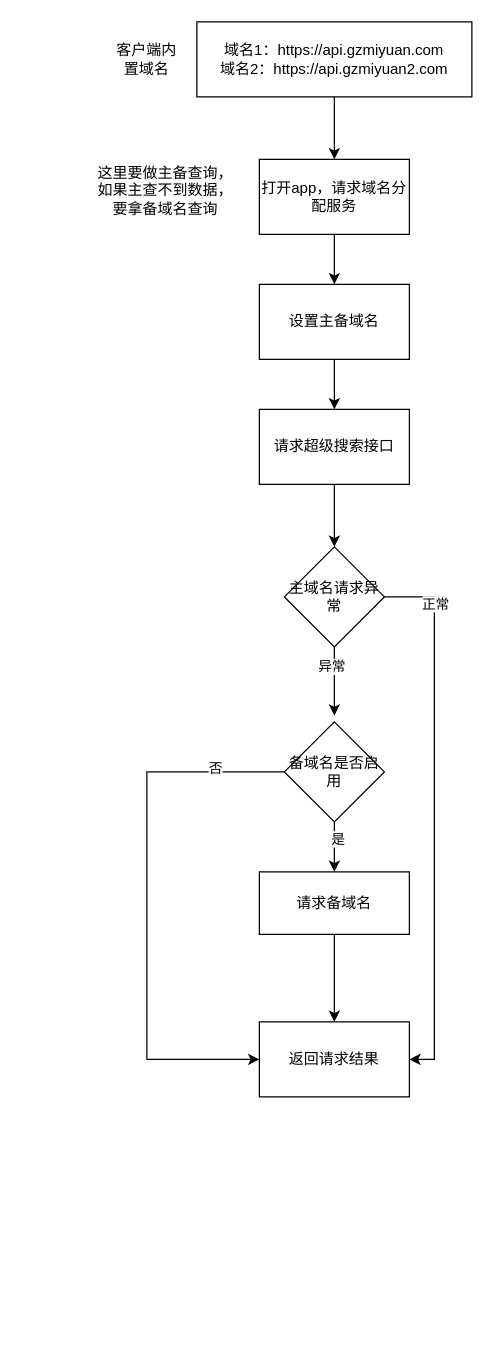
Before: page "第 1 页" (1 of 2) of 用户维度获取主备域名.drawio in smallleaf/draw.io, a draw.io diagram. Source tidied: cells renumbered, new cells numbered last; positions are measured from the earlier drawing's top-left corner, leaving out a move shared by most shapes. Both pictures are drawn from the tidied source at 125%, with x=0, y=0 at pixel (96, 21).
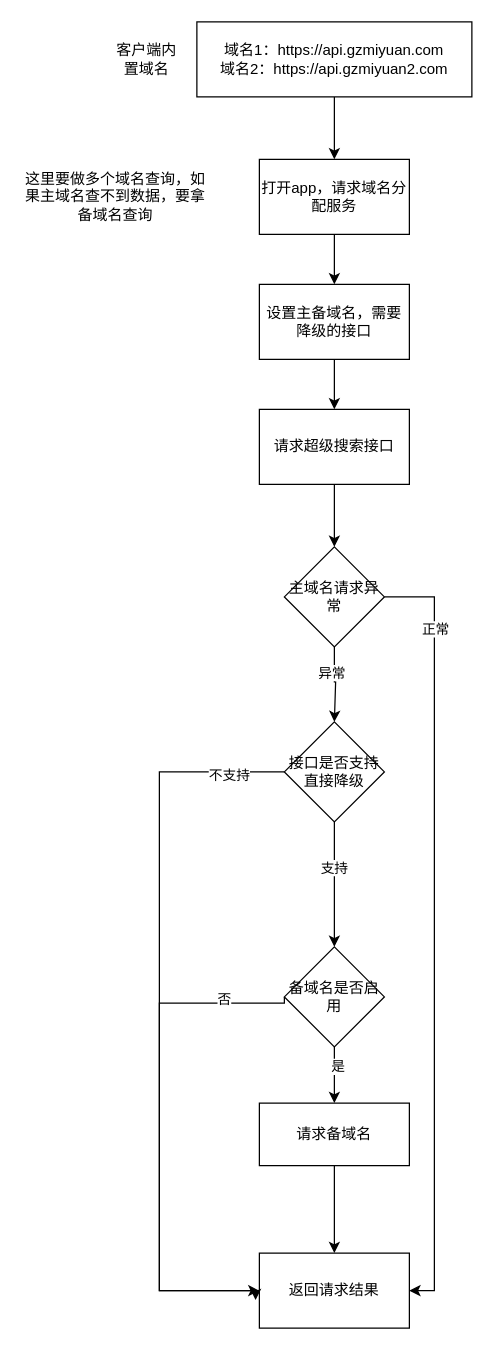
After the change.

Commit message:
更新用户维度获取主备域名.drawio

Unchanged cells that the change refers to:
```xml
<mxCell id="11" value="主域名请求异常" style="rhombus;whiteSpace=wrap;html=1;" parent="1" vertex="1">
  <mxGeometry x="150" y="420" width="80" height="80" as="geometry" />
</mxCell>
```

Diff of the diagram source:
```diff
@@
-    <mxCell id="9" style="edgeStyle=orthogonalEdgeStyle;rounded=0;jettySize=auto;html=1;exitX=0.5;exitY=1;exitDx=0;exitDy=0;entryX=0.5;entryY=0;entryDx=0;entryDy=0;" parent="1" edge="1" source="11">
+    <mxCell id="9" style="edgeStyle=orthogonalEdgeStyle;rounded=0;jettySize=auto;html=1;exitX=0.5;exitY=1;exitDx=0;exitDy=0;entryX=0.5;entryY=0;entryDx=0;entryDy=0;" parent="1" edge="1" source="11" target="27">
       <mxGeometry relative="1" as="geometry">
-        <mxPoint x="190" y="555" as="targetPoint" />
+        <Array as="points">
+          <mxPoint x="190" y="528" />
+          <mxPoint x="191" y="528" />
+          <mxPoint x="191" y="560" />
+        </Array>
       </mxGeometry>
     </mxCell>
     <mxCell id="10" value="异常" style="edgeLabel;html=1;align=center;verticalAlign=middle;" parent="9" vertex="1">
-      <mxGeometry x="-0.45" y="-3" relative="1" as="geometry" />
+      <mxGeometry x="-0.33" y="-3" relative="1" as="geometry" />
     </mxCell>
@@
     <mxCell id="12" value="返回请求结果" style="rounded=0;whiteSpace=wrap;html=1;" parent="1" vertex="1">
-      <mxGeometry x="130" y="800" width="120" height="60" as="geometry" />
+      <mxGeometry x="130" y="985" width="120" height="60" as="geometry" />
     </mxCell>
@@
     <mxCell id="15" style="edgeStyle=orthogonalEdgeStyle;rounded=0;jettySize=auto;html=1;exitX=0;exitY=0.5;exitDx=0;exitDy=0;entryX=0;entryY=0.5;entryDx=0;entryDy=0;" parent="1" edge="1" source="17" target="12">
       <mxGeometry relative="1" as="geometry">
         <Array as="points">
-          <mxPoint x="40" y="600" />
-          <mxPoint x="40" y="830" />
+          <mxPoint x="50" y="785" />
+          <mxPoint x="50" y="1015" />
         </Array>
       </mxGeometry>
     </mxCell>
@@
     <mxCell id="17" value="备域名是否启用" style="rhombus;whiteSpace=wrap;html=1;" parent="1" vertex="1">
-      <mxGeometry x="150" y="560" width="80" height="80" as="geometry" />
+      <mxGeometry x="150" y="740" width="80" height="80" as="geometry" />
     </mxCell>
@@
     <mxCell id="19" value="请求备域名" style="rounded=0;whiteSpace=wrap;html=1;" parent="1" vertex="1">
-      <mxGeometry x="130" y="680" width="120" height="50" as="geometry" />
+      <mxGeometry x="130" y="865" width="120" height="50" as="geometry" />
     </mxCell>
@@
-    <mxCell id="22" value="这里要做主备查询，如果主查不到数据，要拿备域名查询" style="text;html=1;align=center;verticalAlign=middle;whiteSpace=wrap;rounded=0;" parent="1" vertex="1">
-      <mxGeometry y="120" width="110" height="30" as="geometry" />
+    <mxCell id="22" value="这里要做多个域名查询，如果主域名查不到数据，要拿备域名查询" style="text;html=1;align=center;verticalAlign=middle;whiteSpace=wrap;rounded=0;" parent="1" vertex="1">
+      <mxGeometry x="-60" y="120" width="150" height="40" as="geometry" />
     </mxCell>
@@
-    <mxCell id="24" value="设置主备域名" style="rounded=0;whiteSpace=wrap;html=1;" parent="1" vertex="1">
+    <mxCell id="24" value="设置主备域名，需要降级的接口" style="rounded=0;whiteSpace=wrap;html=1;" parent="1" vertex="1">
       <mxGeometry x="130" y="210" width="120" height="60" as="geometry" />
     </mxCell>
+    <mxCell id="25" style="edgeStyle=orthogonalEdgeStyle;rounded=0;jettySize=auto;html=1;exitX=0.5;exitY=1;exitDx=0;exitDy=0;entryX=0.5;entryY=0;entryDx=0;entryDy=0;" parent="1" edge="1" source="27" target="17">
+      <mxGeometry relative="1" as="geometry" />
+    </mxCell>
+    <mxCell id="26" value="支持" style="edgeLabel;html=1;align=center;verticalAlign=middle;" parent="25" vertex="1">
+      <mxGeometry x="-0.29" y="-1" relative="1" as="geometry" />
+    </mxCell>
+    <mxCell id="27" value="接口是否支持直接降级" style="rhombus;whiteSpace=wrap;html=1;" parent="1" vertex="1">
+      <mxGeometry x="150" y="560" width="80" height="80" as="geometry" />
+    </mxCell>
+    <mxCell id="28" style="edgeStyle=orthogonalEdgeStyle;rounded=0;jettySize=auto;html=1;exitX=0;exitY=0.5;exitDx=0;exitDy=0;entryX=-0.025;entryY=0.625;entryDx=0;entryDy=0;entryPerimeter=0;" parent="1" edge="1" source="27" target="12">
+      <mxGeometry relative="1" as="geometry">
+        <Array as="points">
+          <mxPoint x="50" y="600" />
+          <mxPoint x="50" y="1015" />
+          <mxPoint x="127" y="1015" />
+        </Array>
+      </mxGeometry>
+    </mxCell>
+    <mxCell id="29" value="不支持" style="edgeLabel;html=1;align=center;verticalAlign=middle;" parent="28" vertex="1">
+      <mxGeometry x="-0.85" y="2" relative="1" as="geometry" />
+    </mxCell>
```
